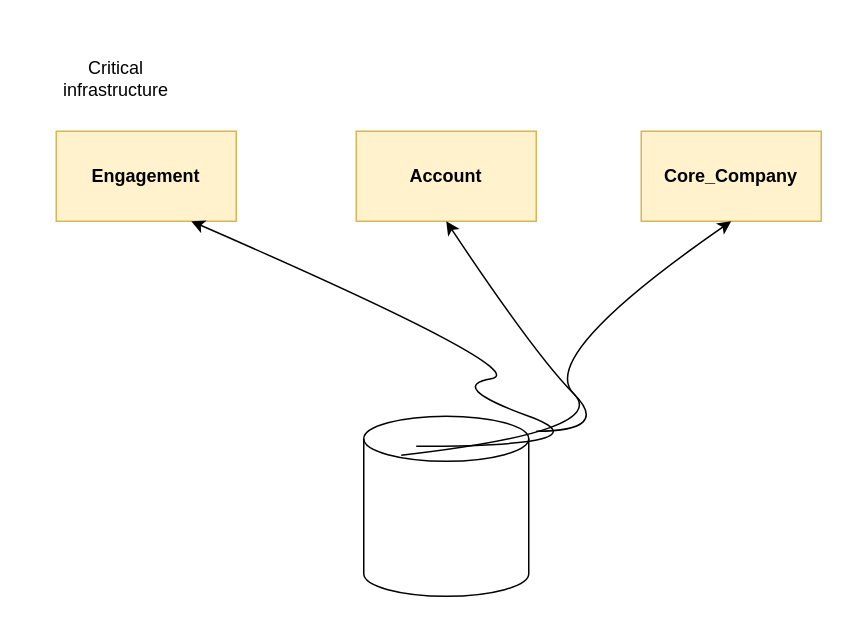
Before: Datastore_AI.drawio in makhan7/Draw-workflows, a draw.io diagram. Source tidied: cells renumbered, new cells numbered last; positions are measured from the earlier drawing's top-left corner, leaving out a move shared by most shapes. Both pictures are drawn from the tidied source at 150%, with x=0, y=0 at pixel (56, 56).
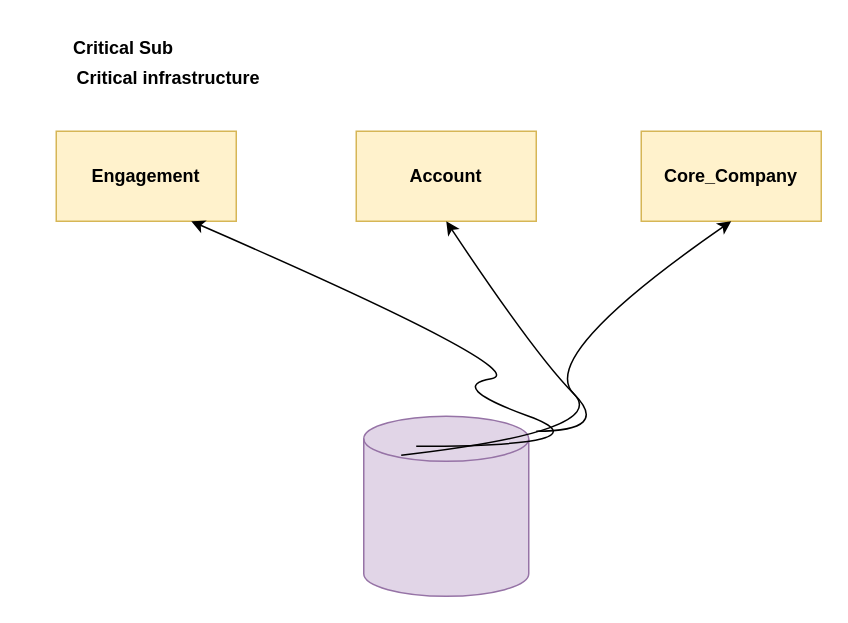
After the change.

The edit, as a diff of the source:
```diff
@@
 <mxGraphModel>
   <root>
     <mxCell id="0" />
     <mxCell id="1" parent="0" />
-    <mxCell id="2" style="shape=cylinder3;whiteSpace=wrap;html=1;boundedLbl=1;backgroundOutline=1;size=15;" parent="1" vertex="1">
+    <mxCell id="2" style="shape=cylinder3;whiteSpace=wrap;html=1;boundedLbl=1;backgroundOutline=1;size=15;fillColor=#e1d5e7;strokeColor=#9673a6;" parent="1" vertex="1">
       <mxGeometry x="205" y="240" width="110" height="120" as="geometry" />
     </mxCell>
     <mxCell id="3" value="&lt;b&gt;Engagement&lt;/b&gt;" style="rounded=0;whiteSpace=wrap;html=1;fillColor=#fff2cc;strokeColor=#d6b656;" parent="1" vertex="1">
       <mxGeometry y="50" width="120" height="60" as="geometry" />
     </mxCell>
     <mxCell id="4" value="&lt;b&gt;Account&lt;/b&gt;" style="rounded=0;whiteSpace=wrap;html=1;fillColor=#fff2cc;strokeColor=#d6b656;" parent="1" vertex="1">
       <mxGeometry x="200" y="50" width="120" height="60" as="geometry" />
     </mxCell>
     <mxCell id="5" value="&lt;b&gt;Core_Company&lt;/b&gt;" style="rounded=0;whiteSpace=wrap;html=1;fillColor=#fff2cc;strokeColor=#d6b656;" parent="1" vertex="1">
       <mxGeometry x="390" y="50" width="120" height="60" as="geometry" />
     </mxCell>
     <mxCell id="6" style="curved=1;endArrow=classic;html=1;rounded=0;entryX=0.5;entryY=1;entryDx=0;entryDy=0;exitX=0.227;exitY=0.217;exitDx=0;exitDy=0;exitPerimeter=0;" parent="1" edge="1" source="2" target="4">
       <mxGeometry relative="1" as="geometry">
         <Array as="points">
           <mxPoint x="370" y="250" />
           <mxPoint x="320" y="200" />
         </Array>
       </mxGeometry>
     </mxCell>
     <mxCell id="7" style="curved=1;endArrow=classic;html=1;rounded=0;entryX=0.75;entryY=1;entryDx=0;entryDy=0;exitX=0.318;exitY=0.167;exitDx=0;exitDy=0;exitPerimeter=0;" parent="1" edge="1" source="2" target="3">
       <mxGeometry relative="1" as="geometry">
         <Array as="points">
           <mxPoint x="370" y="260" />
           <mxPoint x="260" y="220" />
           <mxPoint x="320" y="210" />
         </Array>
       </mxGeometry>
     </mxCell>
     <mxCell id="8" style="curved=1;endArrow=classic;html=1;rounded=0;entryX=0.5;entryY=1;entryDx=0;entryDy=0;" parent="1" edge="1" target="5">
       <mxGeometry relative="1" as="geometry">
         <mxPoint x="320" y="250" as="sourcePoint" />
         <Array as="points">
           <mxPoint x="370" y="250" />
           <mxPoint x="320" y="200" />
         </Array>
       </mxGeometry>
     </mxCell>
-    <mxCell id="9" value="Critical infrastructure" style="text;html=1;strokeColor=none;fillColor=none;align=center;verticalAlign=middle;whiteSpace=wrap;rounded=0;" parent="1" vertex="1">
-      <mxGeometry x="10" width="60" height="30" as="geometry" />
+    <mxCell id="9" value="&lt;b&gt;Critical infrastructure&lt;/b&gt;" style="text;html=1;strokeColor=none;fillColor=none;align=center;verticalAlign=middle;whiteSpace=wrap;rounded=0;" parent="1" vertex="1">
+      <mxGeometry x="10" width="130" height="30" as="geometry" />
     </mxCell>
+    <mxCell id="10" value="&lt;b&gt;Critical Sub&lt;/b&gt;" style="text;html=1;strokeColor=none;fillColor=none;align=center;verticalAlign=middle;whiteSpace=wrap;rounded=0;" parent="1" vertex="1">
+      <mxGeometry x="-20" y="-20" width="130" height="30" as="geometry" />
+    </mxCell>
   </root>
 </mxGraphModel>
```
